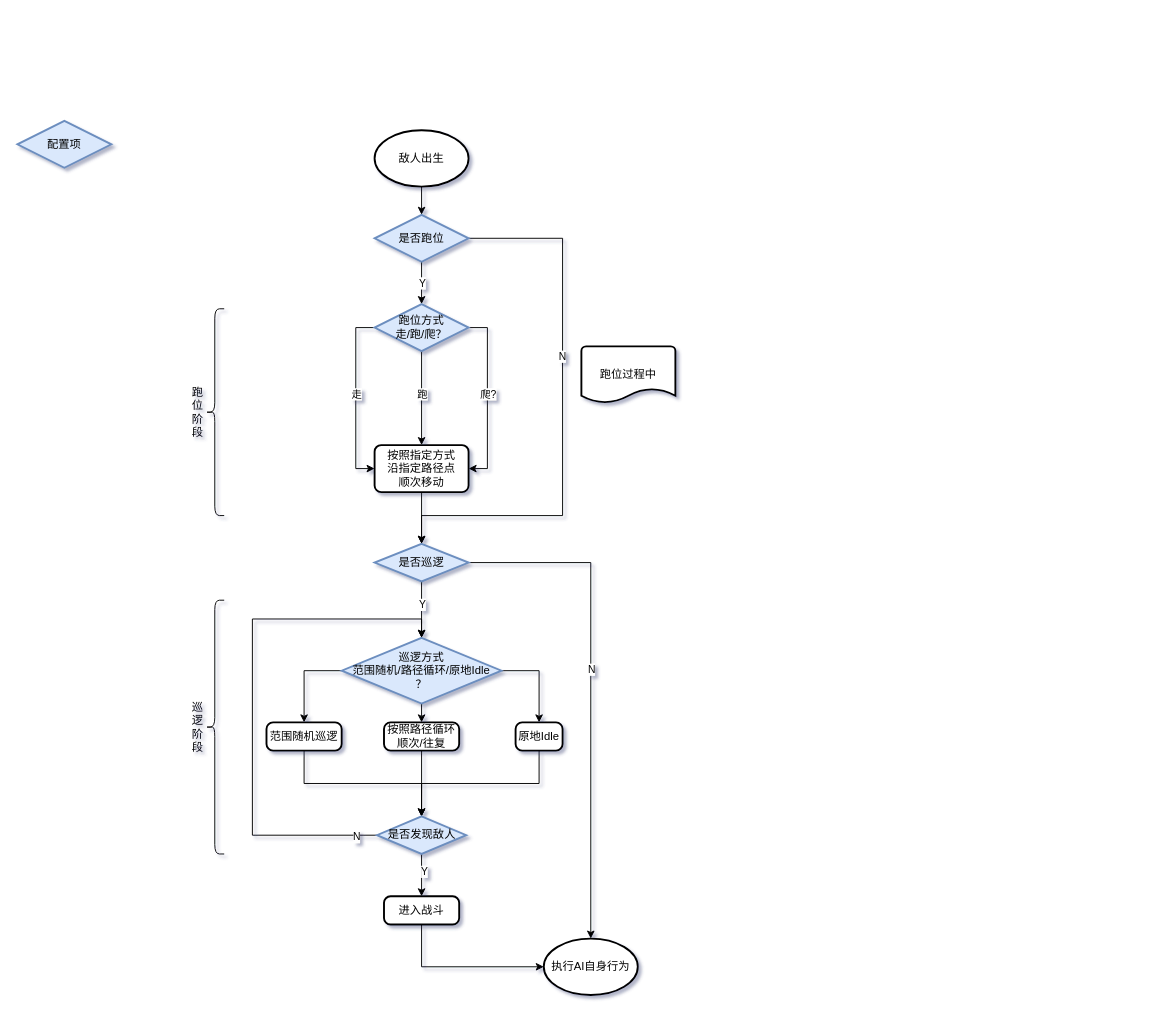
Above: 敌人路径指定.drawio in LittleTrain0321/15150400109Wy (draw.io), before the change. Source tidied: cells renumbered, new cells numbered last; positions are measured from the earlier drawing's top-left corner, leaving out a move shared by most shapes. Both pictures are drawn from the tidied source at 94%, with x=0, y=0 at pixel (17, 120).
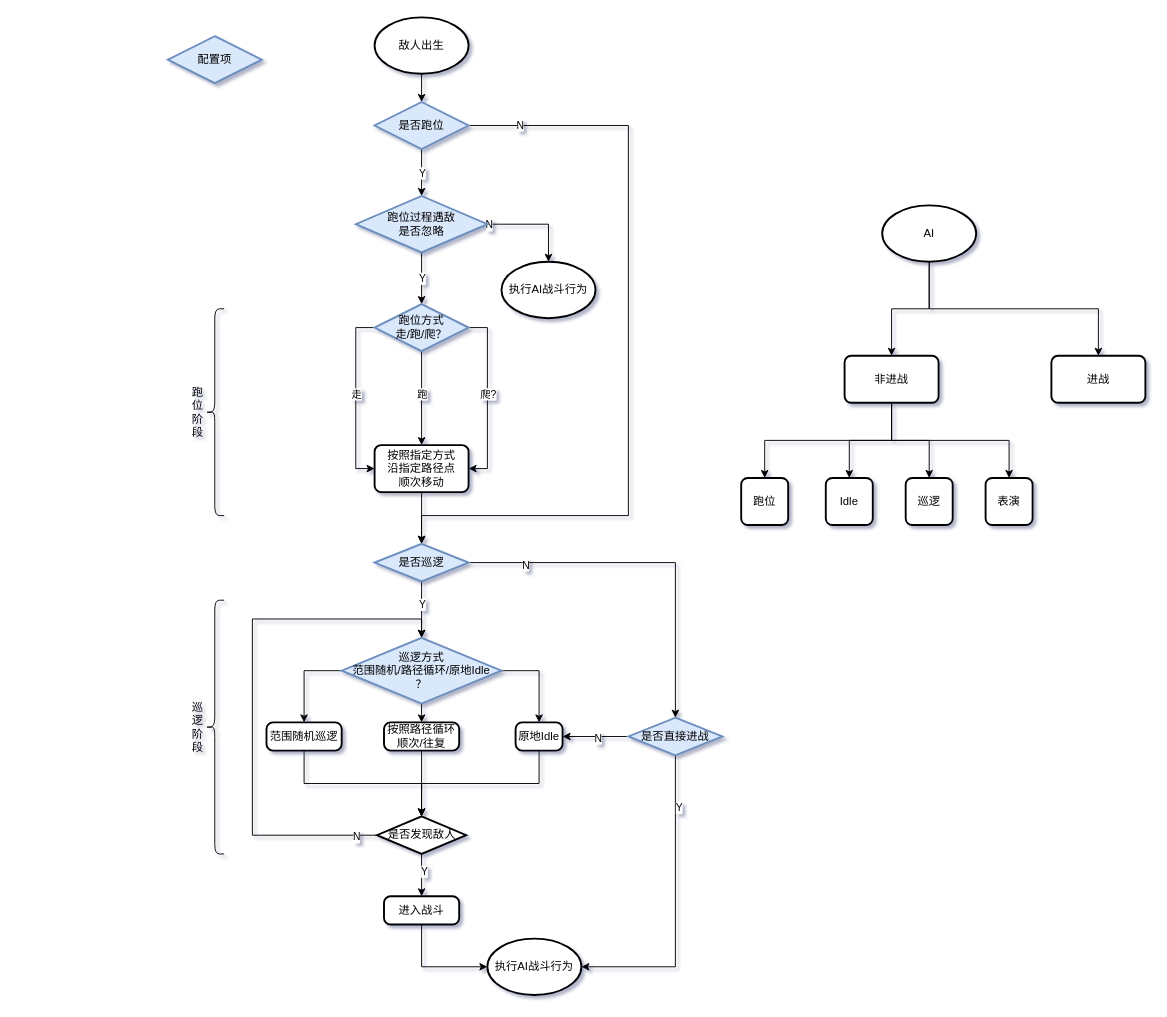
The same diagram, later.

Commit message:
更新敌人路径指定.drawio

The change refers to these unchanged cells:
```xml
<mxCell id="8" value="是否巡逻" style="strokeWidth=2;html=1;shape=mxgraph.flowchart.decision;whiteSpace=wrap;fillColor=#dae8fc;strokeColor=#6c8ebf;" parent="1" vertex="1">
  <mxGeometry x="380" y="450" width="100" height="40" as="geometry" />
</mxCell>
<mxCell id="22" value="跑位方式&lt;br&gt;走/跑/爬？" style="strokeWidth=2;html=1;shape=mxgraph.flowchart.decision;whiteSpace=wrap;fillColor=#dae8fc;strokeColor=#6c8ebf;" parent="1" vertex="1">
  <mxGeometry x="380" y="195" width="100" height="50" as="geometry" />
</mxCell>
<mxCell id="34" value="原地Idle" style="rounded=1;whiteSpace=wrap;html=1;absoluteArcSize=1;arcSize=14;strokeWidth=2;" parent="1" vertex="1">
  <mxGeometry x="530" y="640" width="50" height="30" as="geometry" />
</mxCell>
```

Change to the diagram source:
```diff
@@
     <mxCell id="3" value="敌人出生" style="strokeWidth=2;html=1;shape=mxgraph.flowchart.start_1;whiteSpace=wrap;" parent="1" vertex="1">
-      <mxGeometry x="380" y="10" width="100" height="60" as="geometry" />
+      <mxGeometry x="380" y="-110" width="100" height="60" as="geometry" />
     </mxCell>
@@
-    <mxCell id="6" style="edgeStyle=orthogonalEdgeStyle;rounded=0;jettySize=auto;html=1;exitX=1;exitY=0.5;exitDx=0;exitDy=0;exitPerimeter=0;entryX=0.5;entryY=0;entryDx=0;entryDy=0;entryPerimeter=0;" parent="1" edge="1" source="8" target="28">
+    <mxCell id="6" style="edgeStyle=orthogonalEdgeStyle;rounded=0;jettySize=auto;html=1;exitX=1;exitY=0.5;exitDx=0;exitDy=0;exitPerimeter=0;entryX=0.5;entryY=0;entryDx=0;entryDy=0;entryPerimeter=0;" parent="1" edge="1" source="8" target="70">
       <mxGeometry relative="1" as="geometry" />
     </mxCell>
-    <mxCell id="7" value="N" style="edgeLabel;html=1;align=center;verticalAlign=middle;" parent="6" vertex="1">
-      <mxGeometry x="-0.47" y="-1" relative="1" as="geometry">
-        <mxPoint x="1" y="103" as="offset" />
-      </mxGeometry>
-    </mxCell>
+    <mxCell id="45" value="N" style="edgeLabel;html=1;align=center;verticalAlign=middle;" parent="6" vertex="1">
+      <mxGeometry x="-0.69" y="-2" relative="1" as="geometry" />
+    </mxCell>
@@
-    <mxCell id="9" style="edgeStyle=orthogonalEdgeStyle;rounded=0;jettySize=auto;html=1;exitX=0.5;exitY=1;exitDx=0;exitDy=0;exitPerimeter=0;entryX=0.5;entryY=0;entryDx=0;entryDy=0;entryPerimeter=0;" parent="1" edge="1" source="13" target="22">
+    <mxCell id="9" style="edgeStyle=orthogonalEdgeStyle;rounded=0;jettySize=auto;html=1;exitX=0.5;exitY=1;exitDx=0;exitDy=0;exitPerimeter=0;entryX=0.5;entryY=0;entryDx=0;entryDy=0;entryPerimeter=0;" parent="1" edge="1" source="13" target="51">
       <mxGeometry relative="1" as="geometry" />
     </mxCell>
@@
     <mxCell id="11" style="edgeStyle=orthogonalEdgeStyle;rounded=0;jettySize=auto;html=1;exitX=1;exitY=0.5;exitDx=0;exitDy=0;exitPerimeter=0;entryX=0.5;entryY=0;entryDx=0;entryDy=0;entryPerimeter=0;" parent="1" edge="1" source="13" target="8">
       <mxGeometry relative="1" as="geometry">
         <Array as="points">
-          <mxPoint x="580" y="125" />
-          <mxPoint x="580" y="420" />
+          <mxPoint x="650" y="5" />
+          <mxPoint x="650" y="420" />
           <mxPoint x="430" y="420" />
         </Array>
       </mxGeometry>
     </mxCell>
-    <mxCell id="12" value="N" style="edgeLabel;html=1;align=center;verticalAlign=middle;" parent="11" vertex="1">
-      <mxGeometry x="-0.9" y="2" relative="1" as="geometry">
-        <mxPoint x="70" y="127" as="offset" />
-      </mxGeometry>
-    </mxCell>
+    <mxCell id="46" value="N" style="edgeLabel;html=1;align=center;verticalAlign=middle;" parent="11" vertex="1">
+      <mxGeometry x="-0.87" y="1" relative="1" as="geometry" />
+    </mxCell>
     <mxCell id="13" value="是否跑位" style="strokeWidth=2;html=1;shape=mxgraph.flowchart.decision;whiteSpace=wrap;fillColor=#dae8fc;strokeColor=#6c8ebf;" parent="1" vertex="1">
-      <mxGeometry x="380" y="100" width="100" height="50" as="geometry" />
+      <mxGeometry x="380" y="-20" width="100" height="50" as="geometry" />
     </mxCell>
@@
     <mxCell id="23" value="配置项" style="strokeWidth=2;html=1;shape=mxgraph.flowchart.decision;whiteSpace=wrap;fillColor=#dae8fc;strokeColor=#6c8ebf;" parent="1" vertex="1">
-      <mxGeometry width="100" height="50" as="geometry" />
+      <mxGeometry x="160" y="-90" width="100" height="50" as="geometry" />
     </mxCell>
@@
-    <mxCell id="28" value="执行AI自身行为" style="strokeWidth=2;html=1;shape=mxgraph.flowchart.start_1;whiteSpace=wrap;" parent="1" vertex="1">
-      <mxGeometry x="560" y="870" width="100" height="60" as="geometry" />
+    <mxCell id="28" value="执行AI战斗行为" style="strokeWidth=2;html=1;shape=mxgraph.flowchart.start_1;whiteSpace=wrap;" parent="1" vertex="1">
+      <mxGeometry x="500" y="870" width="100" height="60" as="geometry" />
     </mxCell>
@@
-    <mxCell id="39" value="是否发现敌人" style="strokeWidth=2;html=1;shape=mxgraph.flowchart.decision;whiteSpace=wrap;fillColor=#dae8fc;strokeColor=#6c8ebf;" parent="1" vertex="1">
+    <mxCell id="39" value="是否发现敌人" style="strokeWidth=2;html=1;shape=mxgraph.flowchart.decision;whiteSpace=wrap;" parent="1" vertex="1">
       <mxGeometry x="382.5" y="740" width="95" height="40" as="geometry" />
     </mxCell>
@@
-    <mxCell id="44" value="跑位过程中" style="strokeWidth=2;html=1;shape=mxgraph.flowchart.document2;whiteSpace=wrap;size=0.25;" parent="1" vertex="1">
-      <mxGeometry x="600" y="240" width="100" height="60" as="geometry" />
-    </mxCell>
+    <mxCell id="47" style="edgeStyle=orthogonalEdgeStyle;rounded=0;jettySize=auto;html=1;exitX=0.5;exitY=1;exitDx=0;exitDy=0;exitPerimeter=0;entryX=0.5;entryY=0;entryDx=0;entryDy=0;entryPerimeter=0;" parent="1" edge="1" source="51" target="22">
+      <mxGeometry relative="1" as="geometry" />
+    </mxCell>
+    <mxCell id="48" value="Y" style="edgeLabel;html=1;align=center;verticalAlign=middle;" parent="47" vertex="1">
+      <mxGeometry x="-0.02" relative="1" as="geometry" />
+    </mxCell>
+    <mxCell id="49" style="edgeStyle=orthogonalEdgeStyle;rounded=0;jettySize=auto;html=1;exitX=1;exitY=0.5;exitDx=0;exitDy=0;exitPerimeter=0;" parent="1" edge="1" source="51" target="53">
+      <mxGeometry relative="1" as="geometry" />
+    </mxCell>
+    <mxCell id="50" value="N" style="edgeLabel;html=1;align=center;verticalAlign=middle;" parent="49" vertex="1">
+      <mxGeometry x="-0.94" y="-4" relative="1" as="geometry">
+        <mxPoint x="-2" y="-4" as="offset" />
+      </mxGeometry>
+    </mxCell>
+    <mxCell id="51" value="跑位过程遇敌&lt;br&gt;是否忽略" style="strokeWidth=2;html=1;shape=mxgraph.flowchart.decision;whiteSpace=wrap;fillColor=#dae8fc;strokeColor=#6c8ebf;" parent="1" vertex="1">
+      <mxGeometry x="360" y="80" width="140" height="60" as="geometry" />
+    </mxCell>
+    <mxCell id="52" value="进战" style="rounded=1;whiteSpace=wrap;html=1;absoluteArcSize=1;arcSize=14;strokeWidth=2;" parent="1" vertex="1">
+      <mxGeometry x="1100" y="250" width="100" height="50" as="geometry" />
+    </mxCell>
+    <mxCell id="53" value="执行AI战斗行为" style="strokeWidth=2;html=1;shape=mxgraph.flowchart.start_1;whiteSpace=wrap;" parent="1" vertex="1">
+      <mxGeometry x="515" y="150" width="100" height="60" as="geometry" />
+    </mxCell>
+    <mxCell id="54" style="edgeStyle=orthogonalEdgeStyle;rounded=0;jettySize=auto;html=1;exitX=0.5;exitY=1;exitDx=0;exitDy=0;exitPerimeter=0;entryX=0.5;entryY=0;entryDx=0;entryDy=0;" parent="1" edge="1" source="56" target="61">
+      <mxGeometry relative="1" as="geometry" />
+    </mxCell>
+    <mxCell id="55" style="edgeStyle=orthogonalEdgeStyle;rounded=0;jettySize=auto;html=1;exitX=0.5;exitY=1;exitDx=0;exitDy=0;exitPerimeter=0;" parent="1" edge="1" source="56" target="52">
+      <mxGeometry relative="1" as="geometry" />
+    </mxCell>
+    <mxCell id="56" value="AI" style="strokeWidth=2;html=1;shape=mxgraph.flowchart.start_1;whiteSpace=wrap;" parent="1" vertex="1">
+      <mxGeometry x="920" y="90" width="100" height="60" as="geometry" />
+    </mxCell>
+    <mxCell id="57" style="edgeStyle=orthogonalEdgeStyle;rounded=0;jettySize=auto;html=1;exitX=0.5;exitY=1;exitDx=0;exitDy=0;" parent="1" edge="1" source="61" target="62">
+      <mxGeometry relative="1" as="geometry" />
+    </mxCell>
+    <mxCell id="58" style="edgeStyle=orthogonalEdgeStyle;rounded=0;jettySize=auto;html=1;exitX=0.5;exitY=1;exitDx=0;exitDy=0;entryX=0.5;entryY=0;entryDx=0;entryDy=0;" parent="1" edge="1" source="61" target="63">
+      <mxGeometry relative="1" as="geometry">
+        <Array as="points">
+          <mxPoint x="930" y="340" />
+          <mxPoint x="1055" y="340" />
+        </Array>
+      </mxGeometry>
+    </mxCell>
+    <mxCell id="59" style="edgeStyle=orthogonalEdgeStyle;rounded=0;jettySize=auto;html=1;exitX=0.5;exitY=1;exitDx=0;exitDy=0;entryX=0.5;entryY=0;entryDx=0;entryDy=0;" parent="1" edge="1" source="61" target="64">
+      <mxGeometry relative="1" as="geometry" />
+    </mxCell>
+    <mxCell id="60" style="edgeStyle=orthogonalEdgeStyle;rounded=0;jettySize=auto;html=1;exitX=0.5;exitY=1;exitDx=0;exitDy=0;entryX=0.5;entryY=0;entryDx=0;entryDy=0;" parent="1" edge="1" source="61" target="65">
+      <mxGeometry relative="1" as="geometry" />
+    </mxCell>
+    <mxCell id="61" value="非进战" style="rounded=1;whiteSpace=wrap;html=1;absoluteArcSize=1;arcSize=14;strokeWidth=2;" parent="1" vertex="1">
+      <mxGeometry x="880" y="250" width="100" height="50" as="geometry" />
+    </mxCell>
+    <mxCell id="62" value="巡逻" style="rounded=1;whiteSpace=wrap;html=1;absoluteArcSize=1;arcSize=14;strokeWidth=2;" parent="1" vertex="1">
+      <mxGeometry x="945" y="380" width="50" height="50" as="geometry" />
+    </mxCell>
+    <mxCell id="63" value="表演" style="rounded=1;whiteSpace=wrap;html=1;absoluteArcSize=1;arcSize=14;strokeWidth=2;" parent="1" vertex="1">
+      <mxGeometry x="1030" y="380" width="50" height="50" as="geometry" />
+    </mxCell>
+    <mxCell id="64" value="Idle" style="rounded=1;whiteSpace=wrap;html=1;absoluteArcSize=1;arcSize=14;strokeWidth=2;" parent="1" vertex="1">
+      <mxGeometry x="860" y="380" width="50" height="50" as="geometry" />
+    </mxCell>
+    <mxCell id="65" value="跑位" style="rounded=1;whiteSpace=wrap;html=1;absoluteArcSize=1;arcSize=14;strokeWidth=2;" parent="1" vertex="1">
+      <mxGeometry x="770" y="380" width="50" height="50" as="geometry" />
+    </mxCell>
+    <mxCell id="66" style="edgeStyle=orthogonalEdgeStyle;rounded=0;jettySize=auto;html=1;exitX=0.5;exitY=1;exitDx=0;exitDy=0;exitPerimeter=0;entryX=1;entryY=0.5;entryDx=0;entryDy=0;entryPerimeter=0;" parent="1" edge="1" source="70" target="28">
+      <mxGeometry relative="1" as="geometry" />
+    </mxCell>
+    <mxCell id="67" value="Y" style="edgeLabel;html=1;align=center;verticalAlign=middle;" parent="66" vertex="1">
+      <mxGeometry x="-0.66" y="3" relative="1" as="geometry" />
+    </mxCell>
+    <mxCell id="68" style="edgeStyle=orthogonalEdgeStyle;rounded=0;jettySize=auto;html=1;exitX=0;exitY=0.5;exitDx=0;exitDy=0;exitPerimeter=0;entryX=1;entryY=0.5;entryDx=0;entryDy=0;" parent="1" edge="1" source="70" target="34">
+      <mxGeometry relative="1" as="geometry">
+        <Array as="points">
+          <mxPoint x="640" y="655" />
+          <mxPoint x="640" y="655" />
+        </Array>
+      </mxGeometry>
+    </mxCell>
+    <mxCell id="69" value="N" style="edgeLabel;html=1;align=center;verticalAlign=middle;" parent="68" vertex="1">
+      <mxGeometry x="-0.07" y="1" relative="1" as="geometry" />
+    </mxCell>
+    <mxCell id="70" value="是否直接进战" style="strokeWidth=2;html=1;shape=mxgraph.flowchart.decision;whiteSpace=wrap;fillColor=#dae8fc;strokeColor=#6c8ebf;" parent="1" vertex="1">
+      <mxGeometry x="650" y="635" width="100" height="40" as="geometry" />
+    </mxCell>
```
